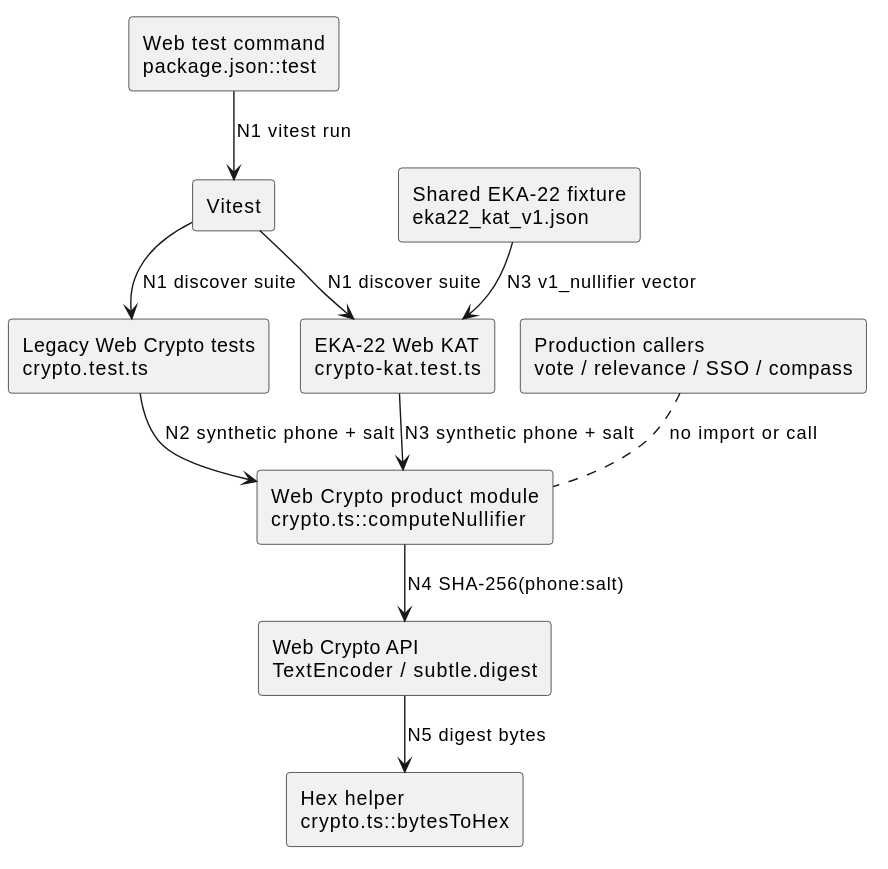
NeaBouli/pnyx keeps this PlantUML diagram as docs/architecture/map_013.svg. Above is the earlier version.
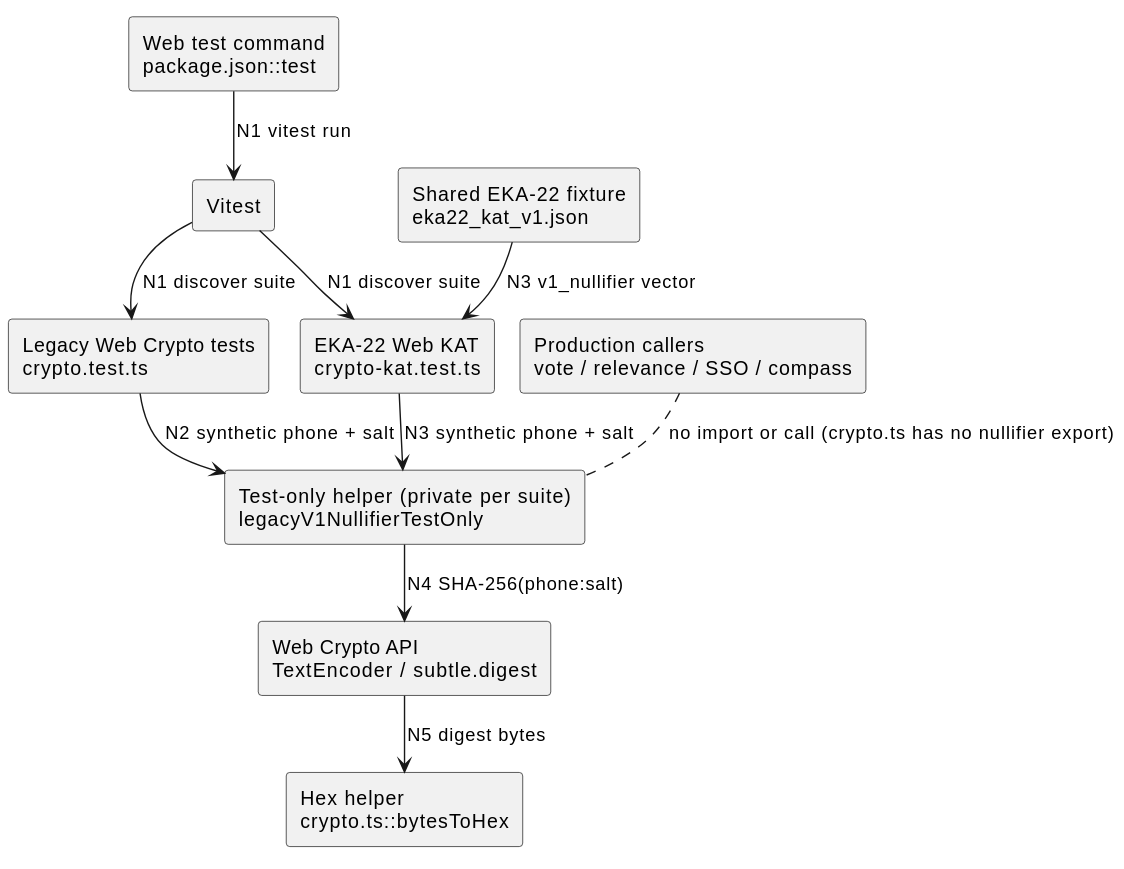
Above is the later version.

The edit, as a diff of the source:
```diff
@@ -6,7 +6,7 @@
 component "Legacy Web Crypto tests\ncrypto.test.ts" as LEGACY
 component "EKA-22 Web KAT\ncrypto-kat.test.ts" as KAT
 component "Shared EKA-22 fixture\neka22_kat_v1.json" as FIXTURE
-component "Web Crypto product module\ncrypto.ts::computeNullifier" as HELPER
+component "Test-only helper (private per suite)\nlegacyV1NullifierTestOnly" as HELPER
 component "Web Crypto API\nTextEncoder / subtle.digest" as WEBCRYPTO
 component "Hex helper\ncrypto.ts::bytesToHex" as HEX
 component "Production callers\nvote / relevance / SSO / compass" as PROD
@@ -19,5 +19,5 @@
 KAT --> HELPER : N3 synthetic phone + salt
 HELPER --> WEBCRYPTO : N4 SHA-256(phone:salt)
 WEBCRYPTO --> HEX : N5 digest bytes
-PROD .. HELPER : no import or call
+PROD .. HELPER : no import or call (crypto.ts has no nullifier export)
 @enduml
```
